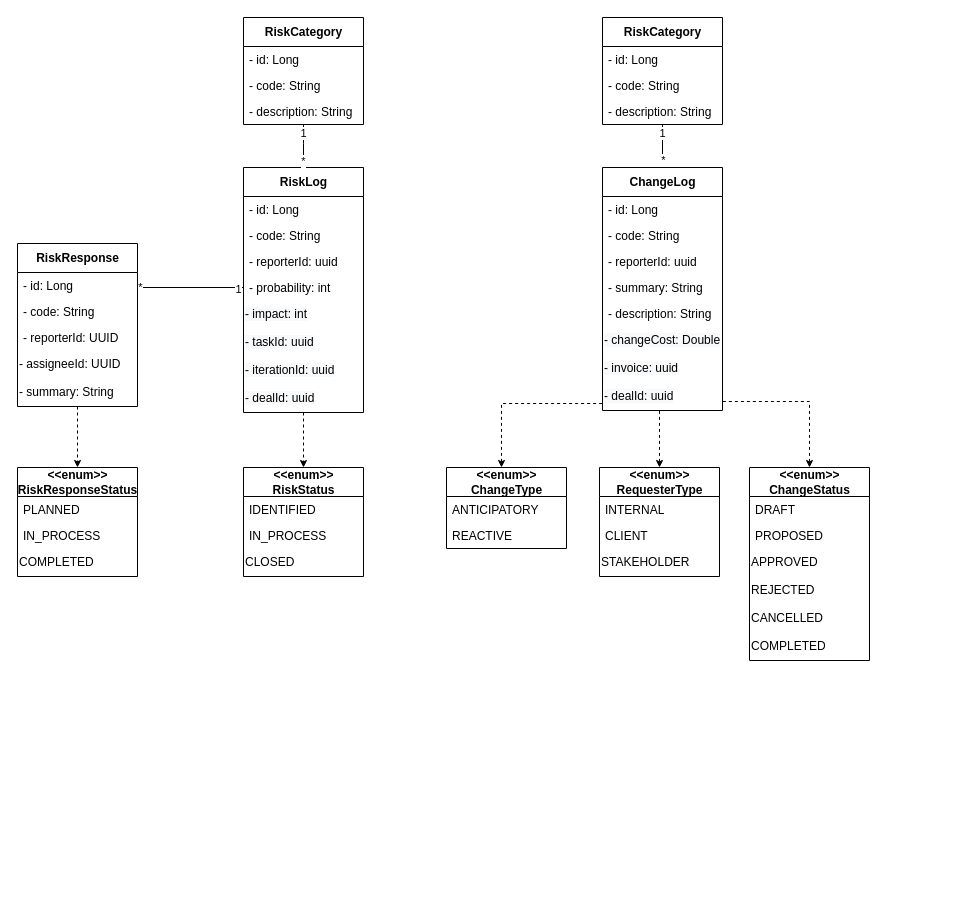
This is Change_Risk/_DiagrammeClasseChange_Risk.drawio from ZidiMedAmine/UML, a draw.io file, before an edit. Source tidied: cells renumbered, new cells numbered last; positions are measured from the earlier drawing's top-left corner, leaving out a move shared by most shapes. Both pictures are drawn from the tidied source at 100%, with x=0, y=0 at pixel (17, 17).
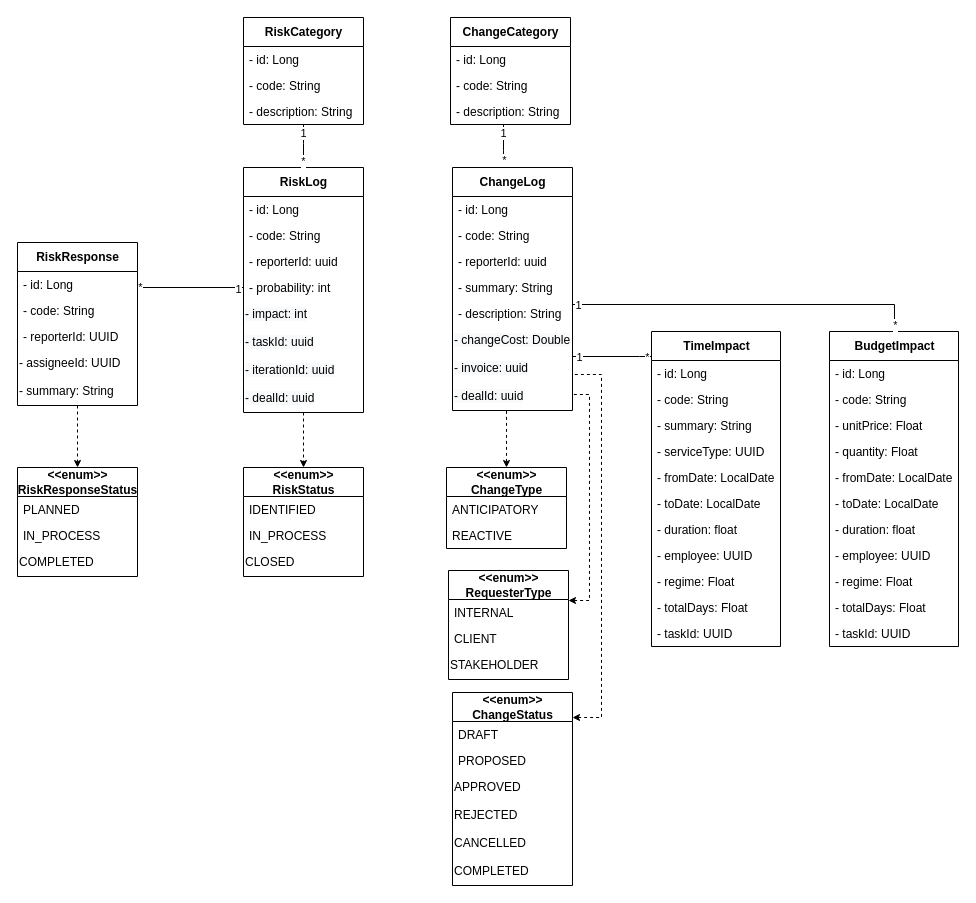
After the change.

Change to the diagram source:
```diff
@@
     <mxCell id="27" value="&lt;b&gt;RiskResponse&lt;/b&gt;" style="swimlane;fontStyle=0;align=center;verticalAlign=middle;horizontal=1;startSize=29;html=1;fontSize=12;labelPosition=center;verticalLabelPosition=middle;strokeColor=default;swimlaneLine=1;rounded=0;shadow=0;glass=0;sketch=0;perimeterSpacing=0;" parent="1" vertex="1">
-      <mxGeometry y="226" width="120" height="163" as="geometry" />
+      <mxGeometry y="225" width="120" height="163" as="geometry" />
     </mxCell>
@@
     <mxCell id="37" style="edgeStyle=orthogonalEdgeStyle;rounded=0;jettySize=auto;html=1;endArrow=none;endFill=0;startSize=5;endSize=5;" parent="1" edge="1" source="40" target="49">
-      <mxGeometry relative="1" as="geometry" />
+      <mxGeometry relative="1" as="geometry">
+        <Array as="points">
+          <mxPoint x="486" y="133" />
+          <mxPoint x="486" y="133" />
+        </Array>
+      </mxGeometry>
     </mxCell>
@@
     <mxCell id="40" value="&lt;b&gt;ChangeLog&lt;/b&gt;" style="swimlane;fontStyle=0;align=center;verticalAlign=middle;horizontal=1;startSize=29;html=1;fontSize=12;labelPosition=center;verticalLabelPosition=middle;strokeColor=default;swimlaneLine=1;rounded=0;shadow=0;glass=0;sketch=0;perimeterSpacing=0;" parent="1" vertex="1">
-      <mxGeometry x="585" y="150" width="120" height="243" as="geometry" />
+      <mxGeometry x="435" y="150" width="120" height="243" as="geometry" />
     </mxCell>
@@
-    <mxCell id="49" value="&lt;b&gt;RiskCategory&lt;/b&gt;" style="swimlane;fontStyle=0;align=center;verticalAlign=middle;horizontal=1;startSize=29;html=1;fontSize=12;labelPosition=center;verticalLabelPosition=middle;strokeColor=default;swimlaneLine=1;rounded=0;shadow=0;glass=0;sketch=0;perimeterSpacing=0;" parent="1" vertex="1">
-      <mxGeometry x="585" width="120" height="107" as="geometry" />
+    <mxCell id="49" value="&lt;b&gt;ChangeCategory&lt;/b&gt;" style="swimlane;fontStyle=0;align=center;verticalAlign=middle;horizontal=1;startSize=29;html=1;fontSize=12;labelPosition=center;verticalLabelPosition=middle;strokeColor=default;swimlaneLine=1;rounded=0;shadow=0;glass=0;sketch=0;perimeterSpacing=0;" parent="1" vertex="1">
+      <mxGeometry x="433" width="120" height="107" as="geometry" />
     </mxCell>
@@
     <mxCell id="53" style="edgeStyle=orthogonalEdgeStyle;rounded=0;jettySize=auto;html=1;endArrow=none;endFill=0;startSize=5;endSize=5;dashed=1;startArrow=classic;startFill=1;" parent="1" edge="1" source="54" target="40">
       <mxGeometry relative="1" as="geometry">
         <Array as="points">
-          <mxPoint x="645" y="453" />
-          <mxPoint x="645" y="453" />
+          <mxPoint x="572" y="583" />
+          <mxPoint x="572" y="377" />
         </Array>
       </mxGeometry>
     </mxCell>
     <mxCell id="54" value="&lt;b&gt;&amp;lt;&amp;lt;enum&amp;gt;&amp;gt;&lt;/b&gt;&lt;br&gt;&lt;b&gt;RequesterType&lt;/b&gt;" style="swimlane;fontStyle=0;align=center;verticalAlign=middle;horizontal=1;startSize=29;html=1;fontSize=12;labelPosition=center;verticalLabelPosition=middle;swimlaneLine=1;rounded=0;sketch=0;glass=0;" parent="1" vertex="1">
-      <mxGeometry x="582" y="450" width="120" height="109" as="geometry" />
+      <mxGeometry x="431" y="553" width="120" height="109" as="geometry" />
     </mxCell>
@@
     <mxCell id="58" style="edgeStyle=orthogonalEdgeStyle;rounded=0;jettySize=auto;html=1;dashed=1;startArrow=classic;startFill=1;endArrow=none;endFill=0;startSize=5;endSize=5;" parent="1" edge="1" source="59" target="40">
       <mxGeometry relative="1" as="geometry">
         <Array as="points">
-          <mxPoint x="792" y="384" />
+          <mxPoint x="584" y="700" />
+          <mxPoint x="584" y="357" />
         </Array>
       </mxGeometry>
     </mxCell>
     <mxCell id="59" value="&lt;b&gt;&amp;lt;&amp;lt;enum&amp;gt;&amp;gt;&lt;br&gt;&lt;/b&gt;&lt;b&gt;ChangeStatus&lt;/b&gt;&lt;b&gt;&lt;br&gt;&lt;/b&gt;" style="swimlane;fontStyle=0;align=center;verticalAlign=middle;horizontal=1;startSize=29;html=1;fontSize=12;labelPosition=center;verticalLabelPosition=middle;swimlaneLine=1;rounded=0;sketch=0;glass=0;" parent="1" vertex="1">
-      <mxGeometry x="732" y="450" width="120" height="193" as="geometry" />
+      <mxGeometry x="435" y="675" width="120" height="193" as="geometry" />
     </mxCell>
@@
+    <mxCell id="70" value="&lt;b&gt;TimeImpact&lt;/b&gt;" style="swimlane;fontStyle=0;align=center;verticalAlign=middle;horizontal=1;startSize=29;html=1;fontSize=12;labelPosition=center;verticalLabelPosition=middle;strokeColor=default;swimlaneLine=1;rounded=0;shadow=0;glass=0;sketch=0;perimeterSpacing=0;" parent="1" vertex="1">
+      <mxGeometry x="634" y="314" width="129" height="315" as="geometry" />
+    </mxCell>
+    <mxCell id="71" value="- id: Long" style="text;strokeColor=none;fillColor=none;align=left;verticalAlign=top;spacingLeft=4;spacingRight=4;overflow=hidden;fontStyle=0;" parent="70" vertex="1">
+      <mxGeometry y="29" width="129" height="26" as="geometry" />
+    </mxCell>
+    <mxCell id="72" value="- code: String " style="text;strokeColor=none;fillColor=none;align=left;verticalAlign=top;spacingLeft=4;spacingRight=4;overflow=hidden;fontStyle=0;" parent="70" vertex="1">
+      <mxGeometry y="55" width="129" height="26" as="geometry" />
+    </mxCell>
+    <mxCell id="73" value="- summary: String " style="text;strokeColor=none;fillColor=none;align=left;verticalAlign=top;spacingLeft=4;spacingRight=4;overflow=hidden;fontStyle=0;" parent="70" vertex="1">
+      <mxGeometry y="81" width="129" height="26" as="geometry" />
+    </mxCell>
+    <mxCell id="74" value="- serviceType: UUID" style="text;strokeColor=none;fillColor=none;align=left;verticalAlign=top;spacingLeft=4;spacingRight=4;overflow=hidden;fontStyle=0;" parent="70" vertex="1">
+      <mxGeometry y="107" width="129" height="26" as="geometry" />
+    </mxCell>
+    <mxCell id="75" value="- fromDate: LocalDate" style="text;strokeColor=none;fillColor=none;align=left;verticalAlign=top;spacingLeft=4;spacingRight=4;overflow=hidden;fontStyle=0;" parent="70" vertex="1">
+      <mxGeometry y="133" width="129" height="26" as="geometry" />
+    </mxCell>
+    <mxCell id="76" value="- toDate: LocalDate" style="text;strokeColor=none;fillColor=none;align=left;verticalAlign=top;spacingLeft=4;spacingRight=4;overflow=hidden;fontStyle=0;" parent="70" vertex="1">
+      <mxGeometry y="159" width="129" height="26" as="geometry" />
+    </mxCell>
+    <mxCell id="77" value="- duration: float" style="text;strokeColor=none;fillColor=none;align=left;verticalAlign=top;spacingLeft=4;spacingRight=4;overflow=hidden;fontStyle=0;" parent="70" vertex="1">
+      <mxGeometry y="185" width="129" height="26" as="geometry" />
+    </mxCell>
+    <mxCell id="78" value="- employee: UUID" style="text;strokeColor=none;fillColor=none;align=left;verticalAlign=top;spacingLeft=4;spacingRight=4;overflow=hidden;fontStyle=0;" parent="70" vertex="1">
+      <mxGeometry y="211" width="129" height="26" as="geometry" />
+    </mxCell>
+    <mxCell id="79" value="- regime: Float" style="text;strokeColor=none;fillColor=none;align=left;verticalAlign=top;spacingLeft=4;spacingRight=4;overflow=hidden;fontStyle=0;" parent="70" vertex="1">
+      <mxGeometry y="237" width="129" height="26" as="geometry" />
+    </mxCell>
+    <mxCell id="80" value="- totalDays: Float" style="text;strokeColor=none;fillColor=none;align=left;verticalAlign=top;spacingLeft=4;spacingRight=4;overflow=hidden;fontStyle=0;" parent="70" vertex="1">
+      <mxGeometry y="263" width="129" height="26" as="geometry" />
+    </mxCell>
+    <mxCell id="81" value="- taskId: UUID" style="text;strokeColor=none;fillColor=none;align=left;verticalAlign=top;spacingLeft=4;spacingRight=4;overflow=hidden;fontStyle=0;" parent="70" vertex="1">
+      <mxGeometry y="289" width="129" height="26" as="geometry" />
+    </mxCell>
+    <mxCell id="82" style="edgeStyle=orthogonalEdgeStyle;rounded=0;jettySize=auto;html=1;endArrow=none;endFill=0;" parent="1" edge="1" source="40" target="70">
+      <mxGeometry relative="1" as="geometry">
+        <Array as="points">
+          <mxPoint x="622" y="339" />
+          <mxPoint x="622" y="339" />
+        </Array>
+      </mxGeometry>
+    </mxCell>
+    <mxCell id="83" value="*" style="edgeLabel;html=1;align=center;verticalAlign=middle;" parent="82" vertex="1">
+      <mxGeometry x="0.87" relative="1" as="geometry" />
+    </mxCell>
+    <mxCell id="84" value="1" style="edgeLabel;html=1;align=center;verticalAlign=middle;" parent="82" vertex="1">
+      <mxGeometry x="-0.84" relative="1" as="geometry" />
+    </mxCell>
+    <mxCell id="85" value="&lt;b&gt;BudgetImpact&lt;/b&gt;" style="swimlane;fontStyle=0;align=center;verticalAlign=middle;horizontal=1;startSize=29;html=1;fontSize=12;labelPosition=center;verticalLabelPosition=middle;strokeColor=default;swimlaneLine=1;rounded=0;shadow=0;glass=0;sketch=0;perimeterSpacing=0;" parent="1" vertex="1">
+      <mxGeometry x="812" y="314" width="129" height="315" as="geometry" />
+    </mxCell>
+    <mxCell id="86" value="- id: Long" style="text;strokeColor=none;fillColor=none;align=left;verticalAlign=top;spacingLeft=4;spacingRight=4;overflow=hidden;fontStyle=0;" parent="85" vertex="1">
+      <mxGeometry y="29" width="129" height="26" as="geometry" />
+    </mxCell>
+    <mxCell id="87" value="- code: String " style="text;strokeColor=none;fillColor=none;align=left;verticalAlign=top;spacingLeft=4;spacingRight=4;overflow=hidden;fontStyle=0;" parent="85" vertex="1">
+      <mxGeometry y="55" width="129" height="26" as="geometry" />
+    </mxCell>
+    <mxCell id="88" value="- unitPrice: Float" style="text;strokeColor=none;fillColor=none;align=left;verticalAlign=top;spacingLeft=4;spacingRight=4;overflow=hidden;fontStyle=0;" parent="85" vertex="1">
+      <mxGeometry y="81" width="129" height="26" as="geometry" />
+    </mxCell>
+    <mxCell id="89" value="- quantity: Float" style="text;strokeColor=none;fillColor=none;align=left;verticalAlign=top;spacingLeft=4;spacingRight=4;overflow=hidden;fontStyle=0;" parent="85" vertex="1">
+      <mxGeometry y="107" width="129" height="26" as="geometry" />
+    </mxCell>
+    <mxCell id="90" value="- fromDate: LocalDate" style="text;strokeColor=none;fillColor=none;align=left;verticalAlign=top;spacingLeft=4;spacingRight=4;overflow=hidden;fontStyle=0;" parent="85" vertex="1">
+      <mxGeometry y="133" width="129" height="26" as="geometry" />
+    </mxCell>
+    <mxCell id="91" value="- toDate: LocalDate" style="text;strokeColor=none;fillColor=none;align=left;verticalAlign=top;spacingLeft=4;spacingRight=4;overflow=hidden;fontStyle=0;" parent="85" vertex="1">
+      <mxGeometry y="159" width="129" height="26" as="geometry" />
+    </mxCell>
+    <mxCell id="92" value="- duration: float" style="text;strokeColor=none;fillColor=none;align=left;verticalAlign=top;spacingLeft=4;spacingRight=4;overflow=hidden;fontStyle=0;" parent="85" vertex="1">
+      <mxGeometry y="185" width="129" height="26" as="geometry" />
+    </mxCell>
+    <mxCell id="93" value="- employee: UUID" style="text;strokeColor=none;fillColor=none;align=left;verticalAlign=top;spacingLeft=4;spacingRight=4;overflow=hidden;fontStyle=0;" parent="85" vertex="1">
+      <mxGeometry y="211" width="129" height="26" as="geometry" />
+    </mxCell>
+    <mxCell id="94" value="- regime: Float" style="text;strokeColor=none;fillColor=none;align=left;verticalAlign=top;spacingLeft=4;spacingRight=4;overflow=hidden;fontStyle=0;" parent="85" vertex="1">
+      <mxGeometry y="237" width="129" height="26" as="geometry" />
+    </mxCell>
+    <mxCell id="95" value="- totalDays: Float" style="text;strokeColor=none;fillColor=none;align=left;verticalAlign=top;spacingLeft=4;spacingRight=4;overflow=hidden;fontStyle=0;" parent="85" vertex="1">
+      <mxGeometry y="263" width="129" height="26" as="geometry" />
+    </mxCell>
+    <mxCell id="96" value="- taskId: UUID" style="text;strokeColor=none;fillColor=none;align=left;verticalAlign=top;spacingLeft=4;spacingRight=4;overflow=hidden;fontStyle=0;" parent="85" vertex="1">
+      <mxGeometry y="289" width="129" height="26" as="geometry" />
+    </mxCell>
+    <mxCell id="97" style="edgeStyle=orthogonalEdgeStyle;rounded=0;jettySize=auto;html=1;endArrow=none;endFill=0;" parent="1" edge="1" source="40" target="85">
+      <mxGeometry relative="1" as="geometry">
+        <Array as="points">
+          <mxPoint x="877" y="287" />
+        </Array>
+      </mxGeometry>
+    </mxCell>
+    <mxCell id="98" value="*" style="edgeLabel;html=1;align=center;verticalAlign=middle;" parent="97" vertex="1">
+      <mxGeometry x="0.89" relative="1" as="geometry">
+        <mxPoint y="12" as="offset" />
+      </mxGeometry>
+    </mxCell>
+    <mxCell id="99" value="1" style="edgeLabel;html=1;align=center;verticalAlign=middle;" parent="97" vertex="1">
+      <mxGeometry x="-0.93" relative="1" as="geometry">
+        <mxPoint x="-7" as="offset" />
+      </mxGeometry>
+    </mxCell>
```
